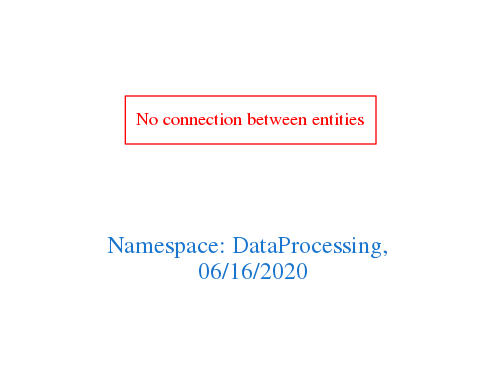
Above: downloads/DataProcessing.png in arago/OGIT (Graphviz), before the change. Its source is kept beside it as downloads/DataProcessing.dot.
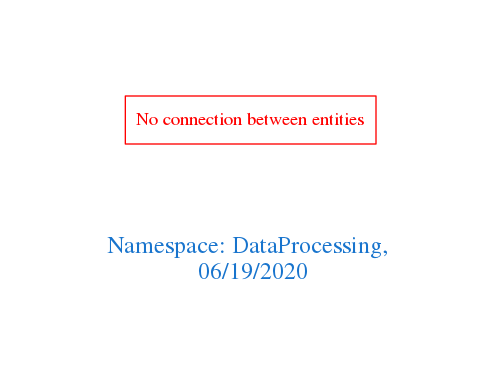
After the change.

What changed in the source:
```diff
@@ -1,7 +1,7 @@
 digraph OGIT_ontology {
  graph [ rankdir= LR,pad=1
 fontsize = 18,
-fontcolor= dodgerblue3,label = "\n\n\nNamespace: DataProcessing, \n 06/16/2020"];
+fontcolor= dodgerblue3,label = "\n\n\nNamespace: DataProcessing, \n 06/19/2020"];
 node[shape=polygon];
 edge [  color="gray81"];
 
```
